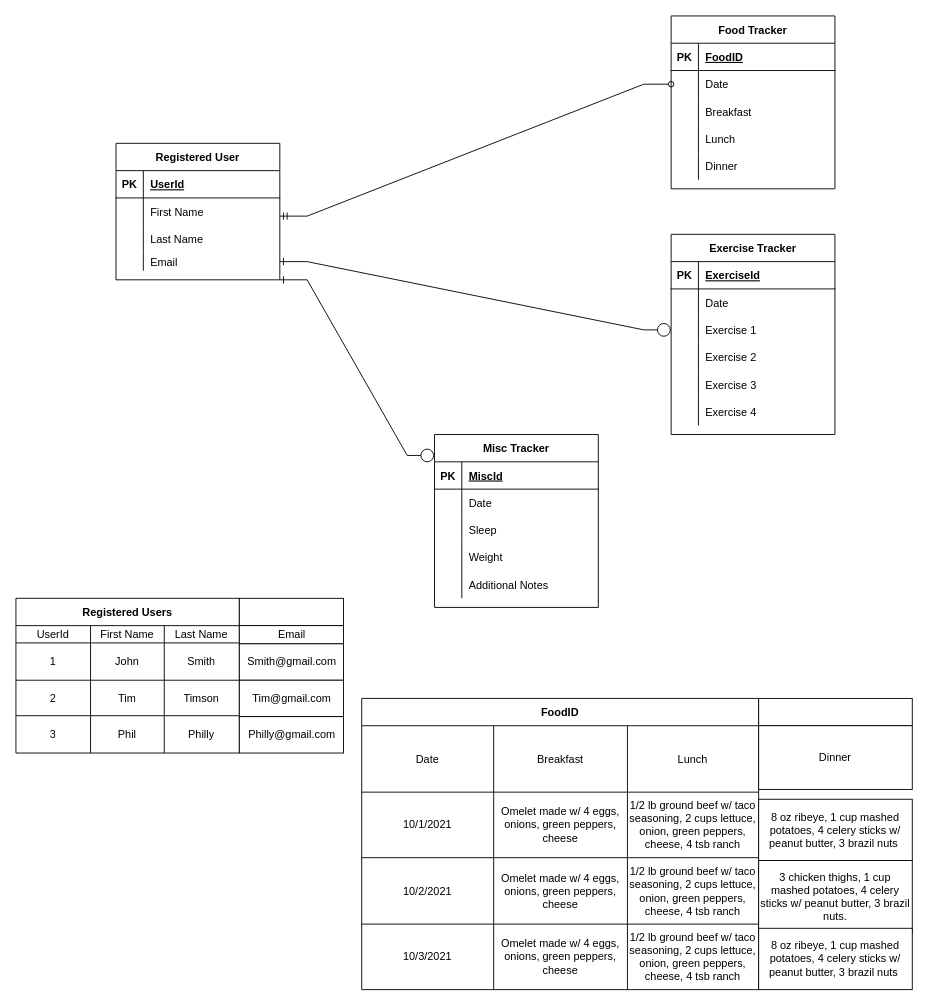
The draw.io diagram Documentation/ERD.drawio in Shoulders93/GymTracker-Backend, before the edit. Source tidied: cells renumbered, new cells numbered last; positions are measured from the earlier drawing's top-left corner, leaving out a move shared by most shapes. Both pictures are drawn from the tidied source at 91%, with x=0, y=0 at pixel (15, 15).
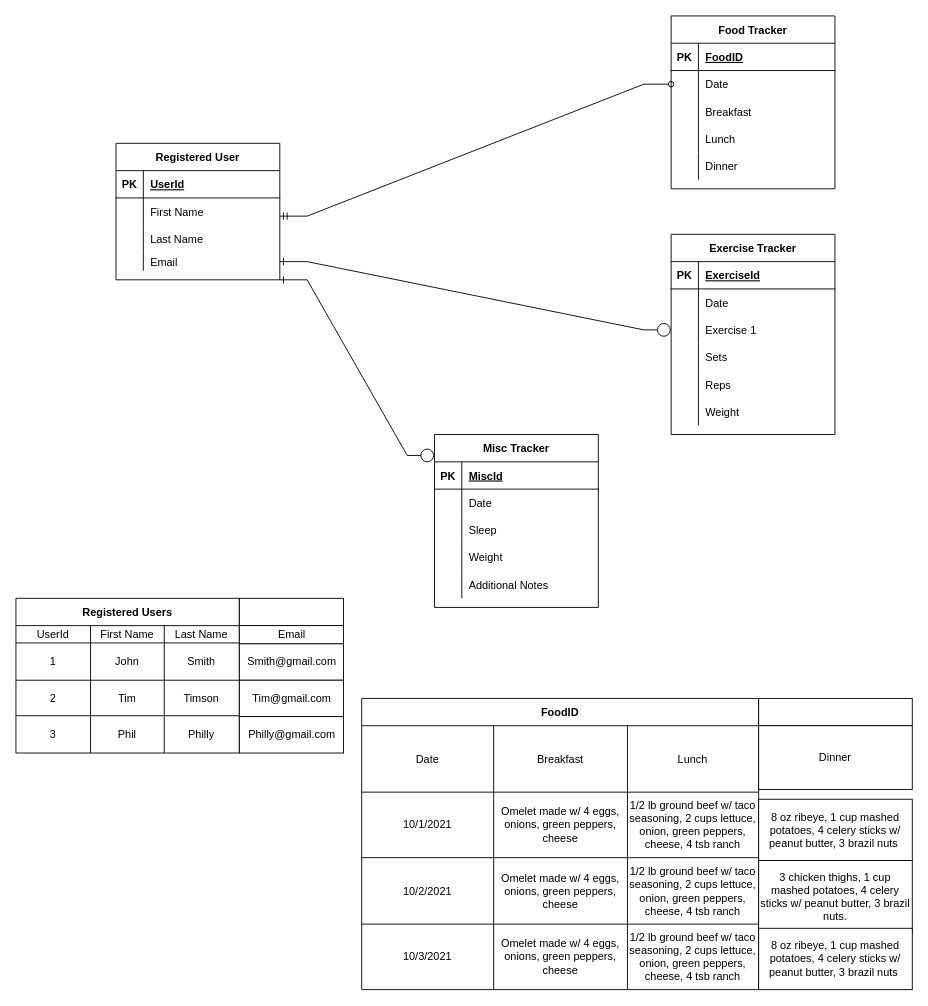
The same diagram, later.

Commit message (it also covers changes not shown here):
Updated ERD, Updated Gym App + Created Gym Model + REgistered Gym model with admin site + migrated new car table.

Unchanged cells that the change refers to:
```xml
<mxCell id="89" style="shape=partialRectangle;fillColor=none;top=0;left=0;bottom=0;right=0;" parent="79" vertex="1">
  <mxGeometry y="120" width="180" height="30" as="geometry" />
</mxCell>
<mxCell id="92" style="shape=partialRectangle;fillColor=none;top=0;left=0;bottom=0;right=0;" parent="79" vertex="1">
  <mxGeometry y="150" width="180" height="30" as="geometry" />
</mxCell>
<mxCell id="95" style="shape=partialRectangle;fillColor=none;top=0;left=0;bottom=0;right=0;" parent="79" vertex="1">
  <mxGeometry y="180" width="180" height="30" as="geometry" />
</mxCell>
```

Change to the diagram source:
```diff
@@
-    <mxCell id="91" value="Exercise 2" style="shape=partialRectangle;fillColor=none;top=0;left=0;bottom=0;right=0;align=left;spacingLeft=6;overflow=hidden;" parent="89" vertex="1">
+    <mxCell id="91" value="Sets" style="shape=partialRectangle;fillColor=none;top=0;left=0;bottom=0;right=0;align=left;spacingLeft=6;overflow=hidden;" parent="89" vertex="1">
       <mxGeometry x="30" width="150" height="30" as="geometry" />
     </mxCell>
@@
-    <mxCell id="94" value="Exercise 3" style="shape=partialRectangle;fillColor=none;top=0;left=0;bottom=0;right=0;align=left;spacingLeft=6;overflow=hidden;" parent="92" vertex="1">
+    <mxCell id="94" value="Reps" style="shape=partialRectangle;fillColor=none;top=0;left=0;bottom=0;right=0;align=left;spacingLeft=6;overflow=hidden;" parent="92" vertex="1">
       <mxGeometry x="30" width="150" height="30" as="geometry" />
     </mxCell>
@@
-    <mxCell id="97" value="Exercise 4" style="shape=partialRectangle;fillColor=none;top=0;left=0;bottom=0;right=0;align=left;spacingLeft=6;overflow=hidden;" parent="95" vertex="1">
+    <mxCell id="97" value="Weight" style="shape=partialRectangle;fillColor=none;top=0;left=0;bottom=0;right=0;align=left;spacingLeft=6;overflow=hidden;" parent="95" vertex="1">
       <mxGeometry x="30" width="150" height="30" as="geometry" />
     </mxCell>
```
